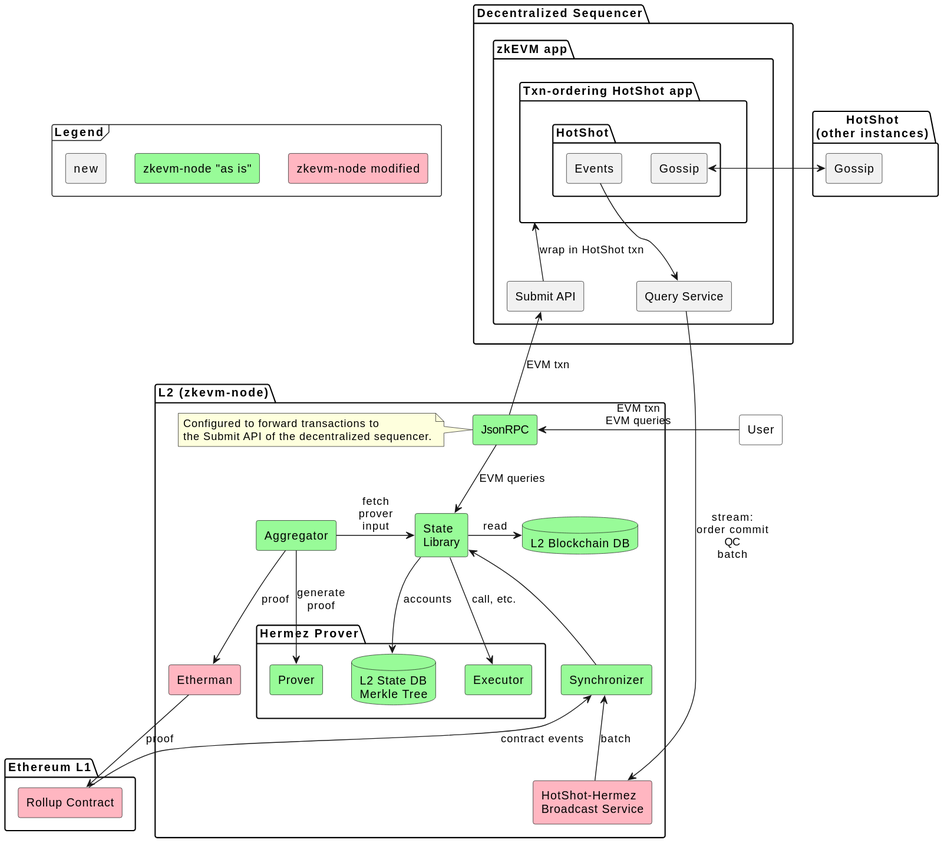
Earlier version of the PlantUML export doc/architecture.svg (EspressoSystems/espresso-sequencer).
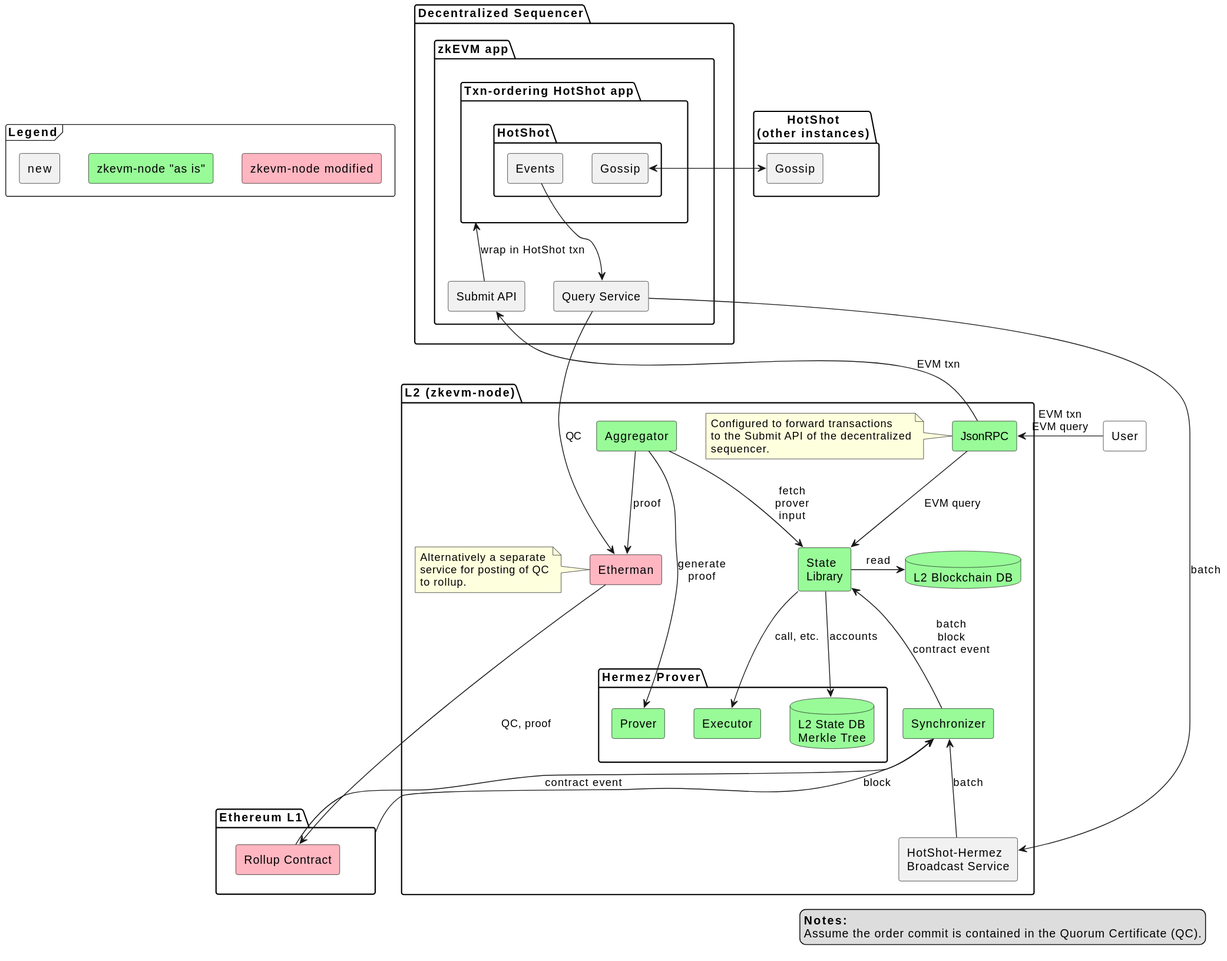
After the commit.

Commit message:
Add back QC, remove "commit" to declutter

Change to the diagram source:
```diff
@@ -1,5 +1,10 @@
 @startuml
 skinparam componentStyle rectangle
+
+legend right
+  <b>Notes:</b>
+  Assume the order commit is contained in the Quorum Certificate (QC).
+endlegend
 
 frame Legend {
   component "zkevm-node "as is"" as Original #PaleGreen
@@ -37,8 +42,9 @@
 package "L2 (zkevm-node)" as L2 {
   component JsonRPC #PaleGreen
   note left of JsonRPC
-    Configured to forward transactions to
-    the Submit API of the decentralized sequencer.
+    Configured to forward transactions
+    to the Submit API of the decentralized
+    sequencer.
   end note
   database L2DB #PaleGreen [
     L2 Blockchain DB
@@ -52,34 +58,41 @@
     ]
   }
   component Etherman #LightPink
+  note left of Etherman
+    Alternatively a separate
+    service for posting of QC
+    to rollup.
+  end note
   component Aggregator #PaleGreen
   component "State\nLibrary" as State #PaleGreen
-  component "HotShot-Hermez\nBroadcast Service" as Broadcast #LightPink
+  component "HotShot-Hermez\nBroadcast Service" as Broadcast
   component Synchronizer #PaleGreen
 }
 
-User -> JsonRPC: EVM txn\nEVM queries
+User -> JsonRPC: EVM txn\nEVM query
 
 JsonRPC -up-> Submit: EVM txn
 
 GossipInternal <-> GossipExternal
 
-QueryService --> Broadcast: stream:\norder commit\nQC\nbatch
+QueryService --> Broadcast: batch
+QueryService -> Etherman: QC
 
 
-JsonRPC --> State: EVM queries
+JsonRPC --> State: EVM query
 
 State -> L2DB: read
 State --> Tree: accounts
 State --> Executor: call, etc.
 
-Aggregator -> State: fetch\nprover\ninput
+Aggregator --> State: fetch\nprover\ninput
 Aggregator --> Etherman: proof
-Aggregator -> Prover: generate\nproof
-Etherman --> Rollup: proof
-Synchronizer <-- Rollup: contract events
+Aggregator --> Prover: generate\nproof
+Etherman --> Rollup: QC, proof
+Synchronizer <-- Rollup: contract event
+Synchronizer <-- L1: block
 Synchronizer <-- Broadcast: batch
-State <-- Synchronizer
+State <-- Synchronizer: batch\nblock\ncontract event
 
 Submit -up-> App: wrap in HotShot txn
 HotShotEvents -down-> QueryService
```
